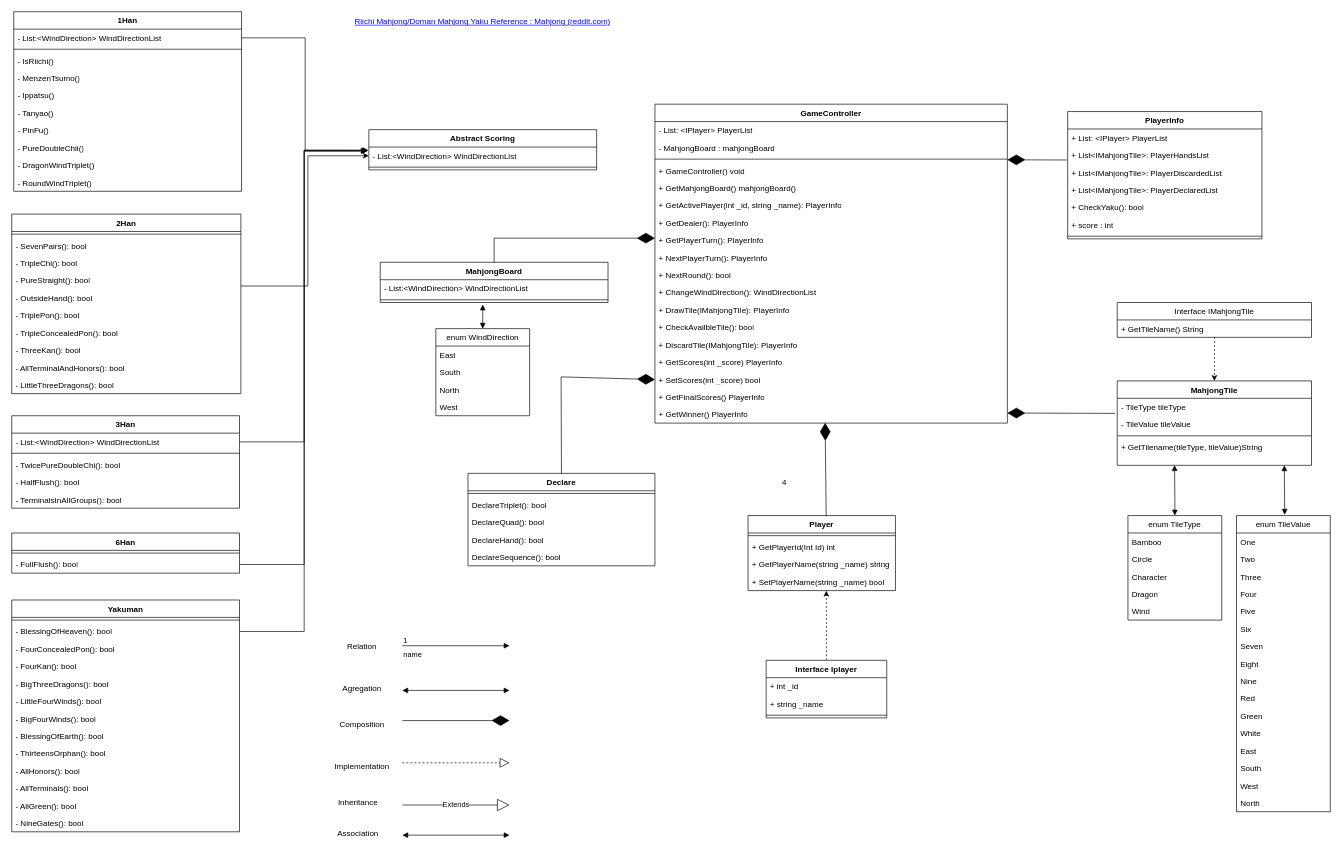
RobbiAdam/MahjongDiagram keeps this draw.io diagram as Mahjong Diagram.drawio. Above is the earlier version. Source tidied: cells renumbered, new cells numbered last; positions are measured from the earlier drawing's top-left corner, leaving out a move shared by most shapes. Both pictures are drawn from the tidied source at 67%, with x=0, y=0 at pixel (11, 11).
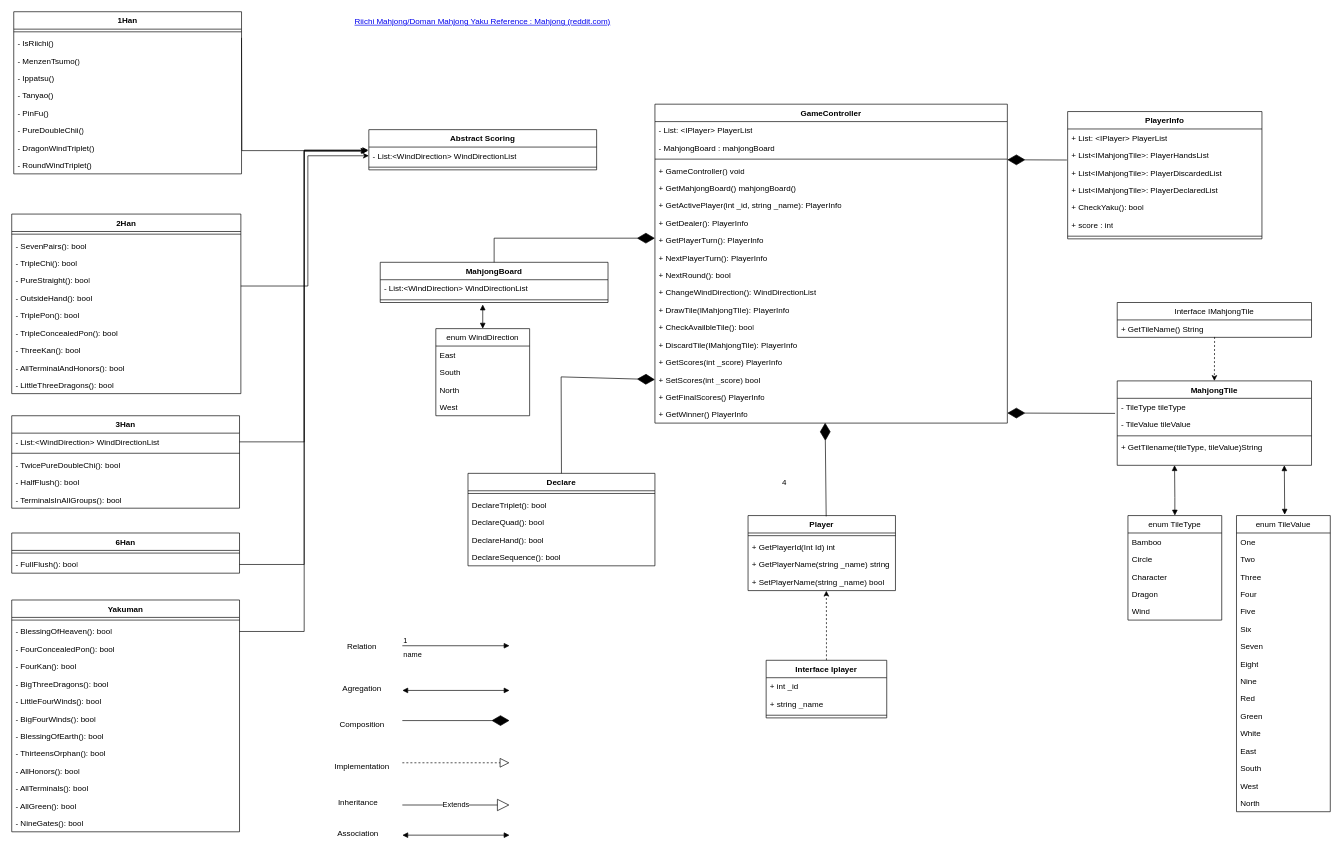
The same page after the edit.

Unchanged cells that the change refers to:
```xml
<mxCell id="107" value="- List:&amp;lt;WindDirection&amp;gt; WindDirectionList" style="text;strokeColor=none;fillColor=none;align=left;verticalAlign=top;spacingLeft=4;spacingRight=4;overflow=hidden;points=[[0,0.5],[1,0.5]];portConstraint=eastwest;whiteSpace=wrap;html=1;" parent="106" vertex="1">
  <mxGeometry y="26" width="340" height="26" as="geometry" />
</mxCell>
```

Change to the diagram source:
```diff
@@
     <mxCell id="109" value="1Han" style="swimlane;fontStyle=1;align=center;verticalAlign=top;horizontal=1;startSize=26;whiteSpace=wrap;html=1;" parent="1" vertex="1">
-      <mxGeometry x="3" width="340" height="268" as="geometry" />
+      <mxGeometry x="3" width="340" height="242" as="geometry" />
     </mxCell>
-    <mxCell id="110" value="- List:&amp;lt;WindDirection&amp;gt; WindDirectionList" style="text;strokeColor=none;fillColor=none;align=left;verticalAlign=top;spacingLeft=4;spacingRight=4;overflow=hidden;points=[[0,0.5],[1,0.5]];portConstraint=eastwest;whiteSpace=wrap;html=1;" parent="109" vertex="1">
-      <mxGeometry y="26" width="340" height="26" as="geometry" />
-    </mxCell>
     <mxCell id="111" style="line;strokeWidth=1;fillColor=none;align=left;verticalAlign=middle;spacingTop=-1;spacingLeft=3;spacingRight=3;labelPosition=right;strokeColor=inherit;" parent="109" vertex="1">
-      <mxGeometry y="52" width="340" height="8" as="geometry" />
+      <mxGeometry y="26" width="340" height="8" as="geometry" />
     </mxCell>
     <mxCell id="112" value="- IsRiichi()" style="text;strokeColor=none;fillColor=none;align=left;verticalAlign=top;spacingLeft=4;spacingRight=4;overflow=hidden;whiteSpace=wrap;html=1;" parent="109" vertex="1">
-      <mxGeometry y="60" width="340" height="26" as="geometry" />
+      <mxGeometry y="34" width="340" height="26" as="geometry" />
     </mxCell>
     <mxCell id="113" value="- MenzenTsumo()" style="text;strokeColor=none;fillColor=none;align=left;verticalAlign=top;spacingLeft=4;spacingRight=4;overflow=hidden;whiteSpace=wrap;html=1;" parent="109" vertex="1">
-      <mxGeometry y="86" width="340" height="26" as="geometry" />
+      <mxGeometry y="60" width="340" height="26" as="geometry" />
     </mxCell>
     <mxCell id="114" value="- Ippatsu()" style="text;strokeColor=none;fillColor=none;align=left;verticalAlign=top;spacingLeft=4;spacingRight=4;overflow=hidden;whiteSpace=wrap;html=1;" parent="109" vertex="1">
-      <mxGeometry y="112" width="340" height="26" as="geometry" />
+      <mxGeometry y="86" width="340" height="26" as="geometry" />
     </mxCell>
     <mxCell id="115" value="- Tanyao()" style="text;strokeColor=none;fillColor=none;align=left;verticalAlign=top;spacingLeft=4;spacingRight=4;overflow=hidden;whiteSpace=wrap;html=1;" parent="109" vertex="1">
-      <mxGeometry y="138" width="340" height="26" as="geometry" />
+      <mxGeometry y="112" width="340" height="26" as="geometry" />
     </mxCell>
     <mxCell id="116" value="- PinFu()" style="text;strokeColor=none;fillColor=none;align=left;verticalAlign=top;spacingLeft=4;spacingRight=4;overflow=hidden;whiteSpace=wrap;html=1;" parent="109" vertex="1">
-      <mxGeometry y="164" width="340" height="26" as="geometry" />
+      <mxGeometry y="138" width="340" height="26" as="geometry" />
     </mxCell>
     <mxCell id="117" value="- PureDoubleChii()" style="text;strokeColor=none;fillColor=none;align=left;verticalAlign=top;spacingLeft=4;spacingRight=4;overflow=hidden;whiteSpace=wrap;html=1;" parent="109" vertex="1">
-      <mxGeometry y="190" width="340" height="26" as="geometry" />
+      <mxGeometry y="164" width="340" height="26" as="geometry" />
     </mxCell>
     <mxCell id="118" value="- DragonWindTriplet()" style="text;strokeColor=none;fillColor=none;align=left;verticalAlign=top;spacingLeft=4;spacingRight=4;overflow=hidden;whiteSpace=wrap;html=1;" parent="109" vertex="1">
-      <mxGeometry y="216" width="340" height="26" as="geometry" />
+      <mxGeometry y="190" width="340" height="26" as="geometry" />
     </mxCell>
     <mxCell id="119" value="- RoundWindTriplet()" style="text;strokeColor=none;fillColor=none;align=left;verticalAlign=top;spacingLeft=4;spacingRight=4;overflow=hidden;whiteSpace=wrap;html=1;" parent="109" vertex="1">
-      <mxGeometry y="242" width="340" height="26" as="geometry" />
+      <mxGeometry y="216" width="340" height="26" as="geometry" />
     </mxCell>
@@
-    <mxCell id="132" style="edgeStyle=orthogonalEdgeStyle;rounded=0;jettySize=auto;html=1;exitX=1;exitY=0.5;exitDx=0;exitDy=0;entryX=-0.003;entryY=0.205;entryDx=0;entryDy=0;entryPerimeter=0;" parent="1" edge="1" source="110" target="107">
-      <mxGeometry relative="1" as="geometry" />
+    <mxCell id="132" style="edgeStyle=orthogonalEdgeStyle;rounded=0;jettySize=auto;html=1;exitX=1;exitY=0.5;exitDx=0;exitDy=0;entryX=-0.003;entryY=0.205;entryDx=0;entryDy=0;entryPerimeter=0;" parent="1" edge="1" target="107">
+      <mxGeometry relative="1" as="geometry">
+        <mxPoint x="343" y="39" as="sourcePoint" />
+      </mxGeometry>
     </mxCell>
```
